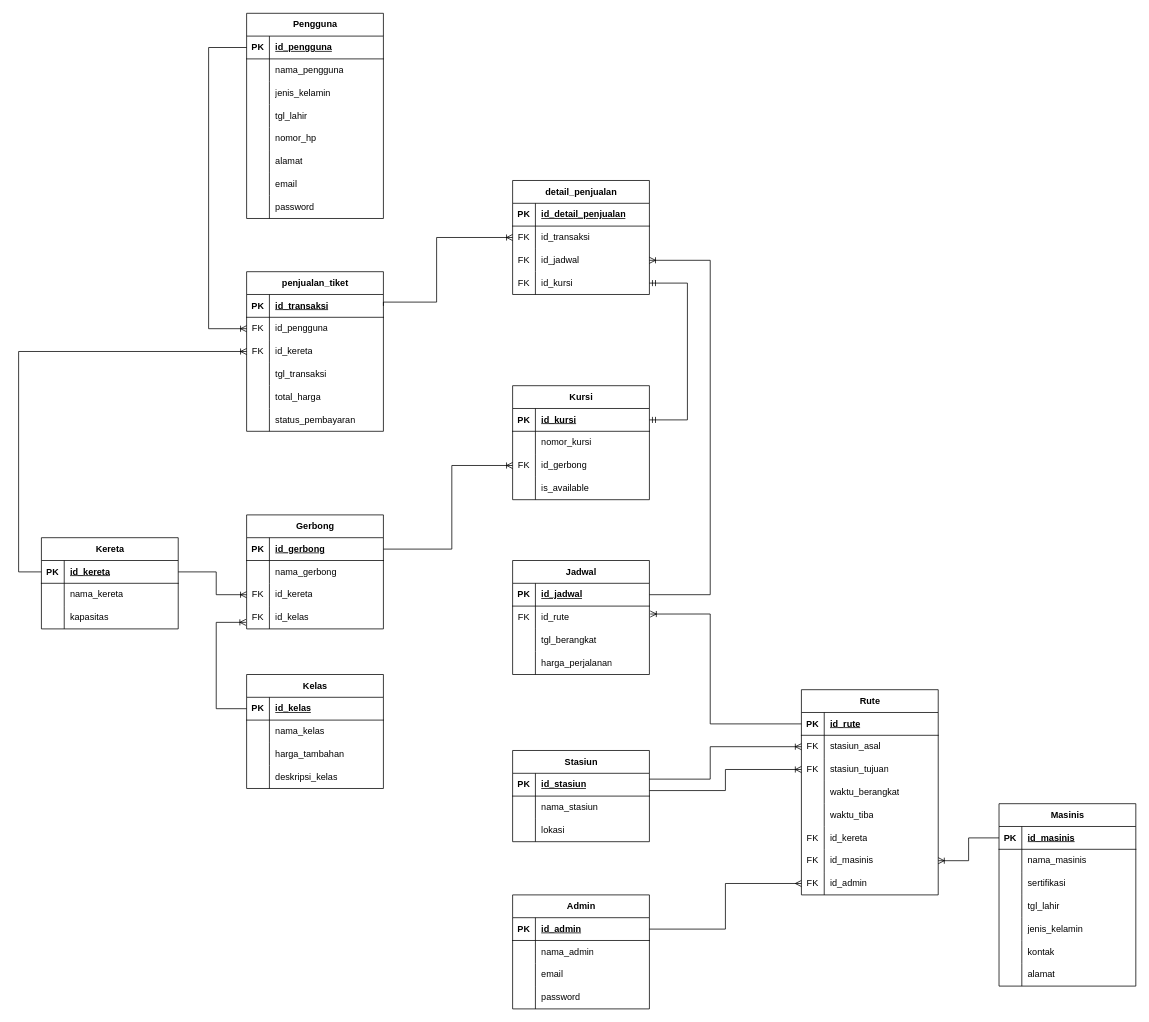
This is page "PDM" (2 of 2) of PraktikumBasis_Modul5.drawio from elikawicaksana/praktikum-basis-data, a draw.io file, before an edit. Source tidied: cells renumbered, new cells numbered last; positions are measured from the earlier drawing's top-left corner, leaving out a move shared by most shapes. Both pictures are drawn from the tidied source at 76%, with x=0, y=0 at pixel (18, 13).
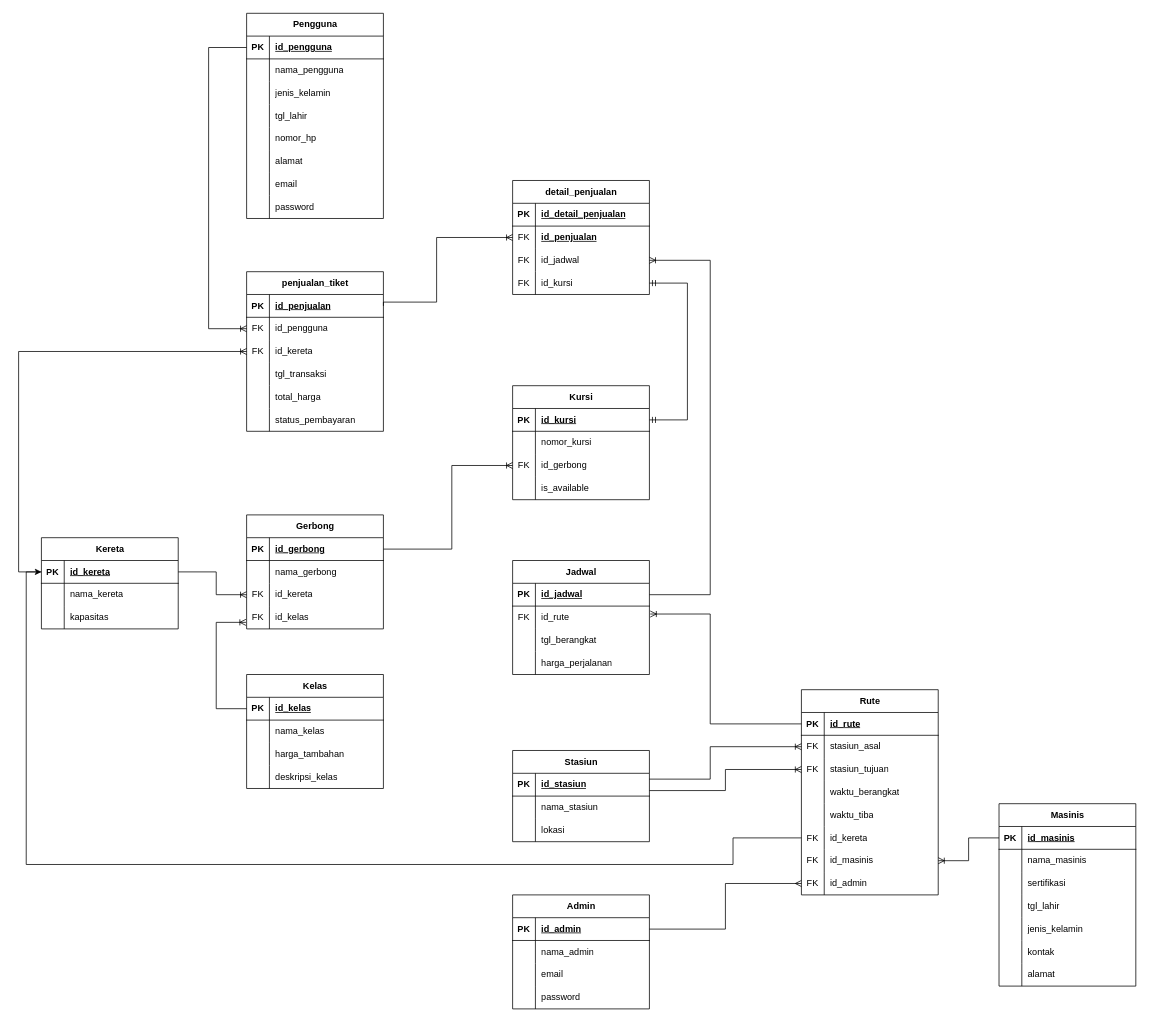
The same page after the edit.

The change refers to these unchanged cells:
```xml
<mxCell id="54" style="shape=tableRow;horizontal=0;startSize=0;swimlaneHead=0;swimlaneBody=0;fillColor=none;points=[[0,0.5],[1,0.5]];portConstraint=eastwest;top=0;left=0;right=0;bottom=1;" parent="53" vertex="1">
  <mxGeometry y="30" width="180" height="30" as="geometry" />
</mxCell>
<mxCell id="111" style="shape=tableRow;horizontal=0;startSize=0;swimlaneHead=0;swimlaneBody=0;fillColor=none;points=[[0,0.5],[1,0.5]];portConstraint=eastwest;top=0;left=0;right=0;bottom=0;" parent="95" vertex="1">
  <mxGeometry y="180" width="180" height="30" as="geometry" />
</mxCell>
<mxCell id="134" style="shape=tableRow;horizontal=0;startSize=0;swimlaneHead=0;swimlaneBody=0;fillColor=none;points=[[0,0.5],[1,0.5]];portConstraint=eastwest;top=0;left=0;right=0;bottom=1;" parent="133" vertex="1">
  <mxGeometry y="30" width="180" height="30" as="geometry" />
</mxCell>
<mxCell id="156" style="shape=tableRow;horizontal=0;startSize=0;swimlaneHead=0;swimlaneBody=0;fillColor=none;points=[[0,0.5],[1,0.5]];portConstraint=eastwest;top=0;left=0;right=0;bottom=0;" parent="152" vertex="1">
  <mxGeometry y="60" width="180" height="30" as="geometry" />
</mxCell>
```

Diff of the diagram source:
```diff
@@
-    <mxCell id="136" value="id_transaksi" style="shape=partialRectangle;fillColor=none;top=0;left=0;bottom=0;right=0;align=left;spacingLeft=6;fontStyle=5;overflow=hidden;whiteSpace=wrap;html=1;" parent="134" vertex="1">
+    <mxCell id="136" value="id_penjualan" style="shape=partialRectangle;fillColor=none;top=0;left=0;bottom=0;right=0;align=left;spacingLeft=6;fontStyle=5;overflow=hidden;whiteSpace=wrap;html=1;" parent="134" vertex="1">
       <mxGeometry x="30" width="150" height="30" as="geometry" />
     </mxCell>
@@
-    <mxCell id="158" value="id_transaksi" style="shape=partialRectangle;fillColor=none;top=0;left=0;bottom=0;right=0;align=left;spacingLeft=6;overflow=hidden;whiteSpace=wrap;html=1;" parent="156" vertex="1">
+    <mxCell id="158" value="&lt;span style=&quot;font-weight: 700; text-decoration-line: underline;&quot;&gt;id_penjualan&lt;/span&gt;" style="shape=partialRectangle;fillColor=none;top=0;left=0;bottom=0;right=0;align=left;spacingLeft=6;overflow=hidden;whiteSpace=wrap;html=1;" parent="156" vertex="1">
       <mxGeometry x="30" width="150" height="30" as="geometry" />
     </mxCell>
@@
+    <mxCell id="204" style="edgeStyle=orthogonalEdgeStyle;rounded=0;jettySize=auto;html=1;entryX=0;entryY=0.5;entryDx=0;entryDy=0;" parent="1" edge="1" source="111" target="54">
+      <mxGeometry relative="1" as="geometry">
+        <Array as="points">
+          <mxPoint x="940" y="1085" />
+          <mxPoint x="940" y="1120" />
+          <mxPoint x="10" y="1120" />
+          <mxPoint x="10" y="735" />
+        </Array>
+      </mxGeometry>
+    </mxCell>
```
